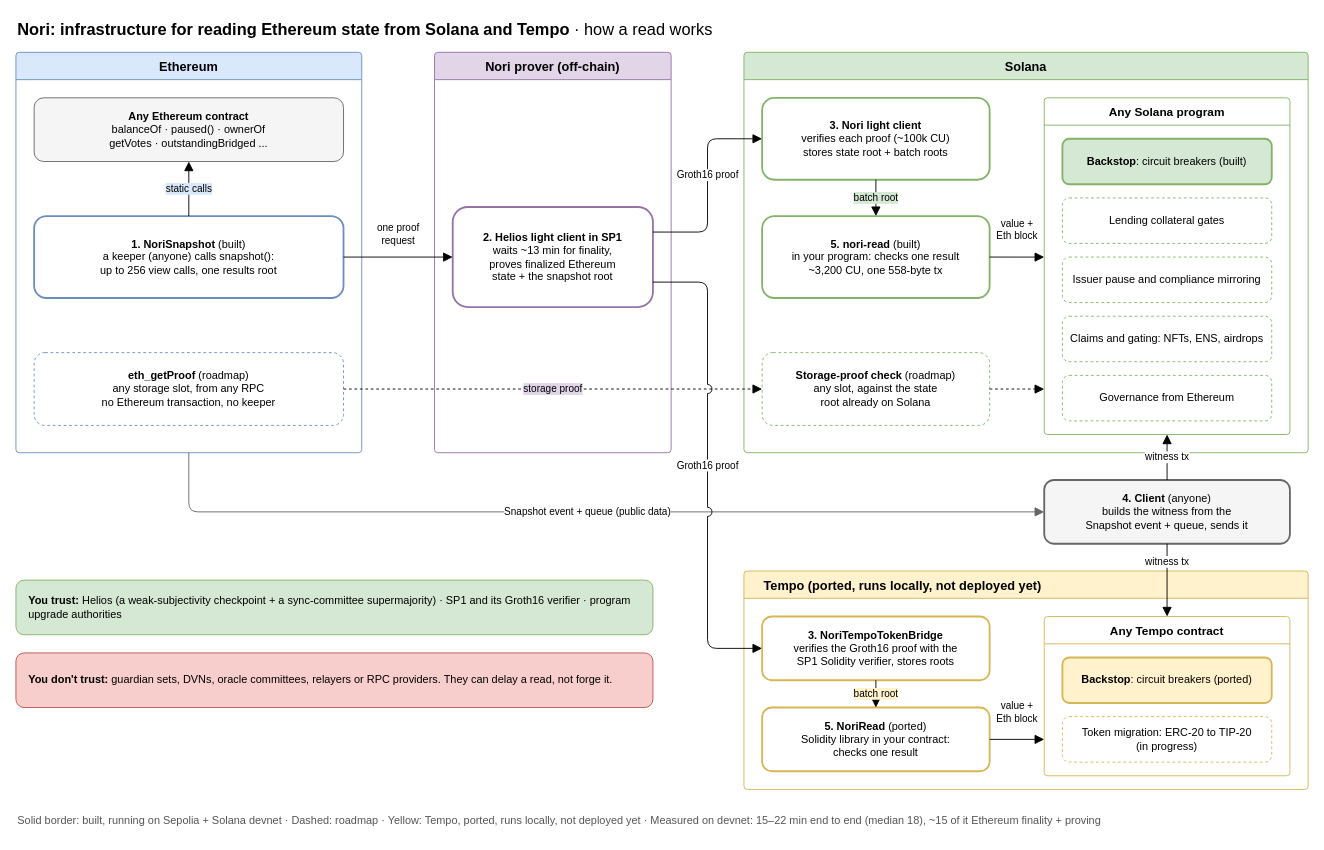
Above: docs/how-it-works.drawio in Nori-zk/nori-worldsfair-submission (draw.io), before the change. Source tidied: cells renumbered, new cells numbered last; positions are measured from the earlier drawing's top-left corner, leaving out a move shared by most shapes. Both pictures are drawn from the tidied source at 91%, with x=0, y=0 at pixel (15, 15).
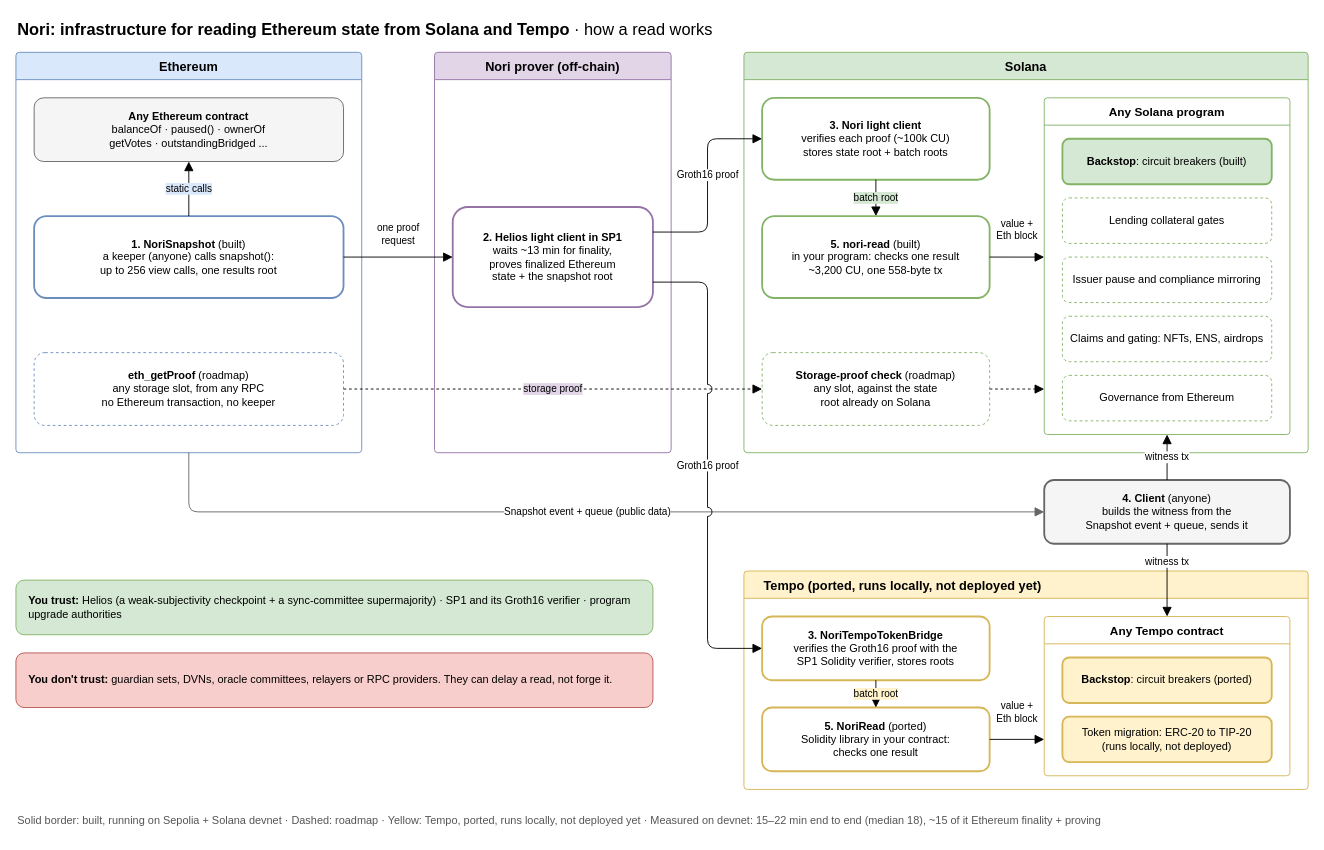
Above is the later version.

Unchanged cells that the change refers to:
```xml
<mxCell id="35" value="Any Tempo contract" style="swimlane;startSize=30;fillColor=#ffffff;strokeColor=#d6b656;fontStyle=1;fontSize=13;rounded=1;arcSize=4;" parent="32" vertex="1">
  <mxGeometry x="330" y="50" width="270" height="175" as="geometry" />
</mxCell>
```

Diff of the diagram source:
```diff
@@
-    <mxCell id="37" value="Token migration: ERC-20 to TIP-20&lt;br&gt;(in progress)" style="rounded=1;whiteSpace=wrap;html=1;fillColor=#ffffff;strokeColor=#d6b656;dashed=1;" parent="35" vertex="1">
+    <mxCell id="37" value="Token migration: ERC-20 to TIP-20&lt;br&gt;(runs locally, not deployed)" style="rounded=1;whiteSpace=wrap;html=1;fillColor=#fff2cc;strokeColor=#d6b656;strokeWidth=2;" parent="35" vertex="1">
       <mxGeometry x="20" y="110" width="230" height="50" as="geometry" />
     </mxCell>
```
